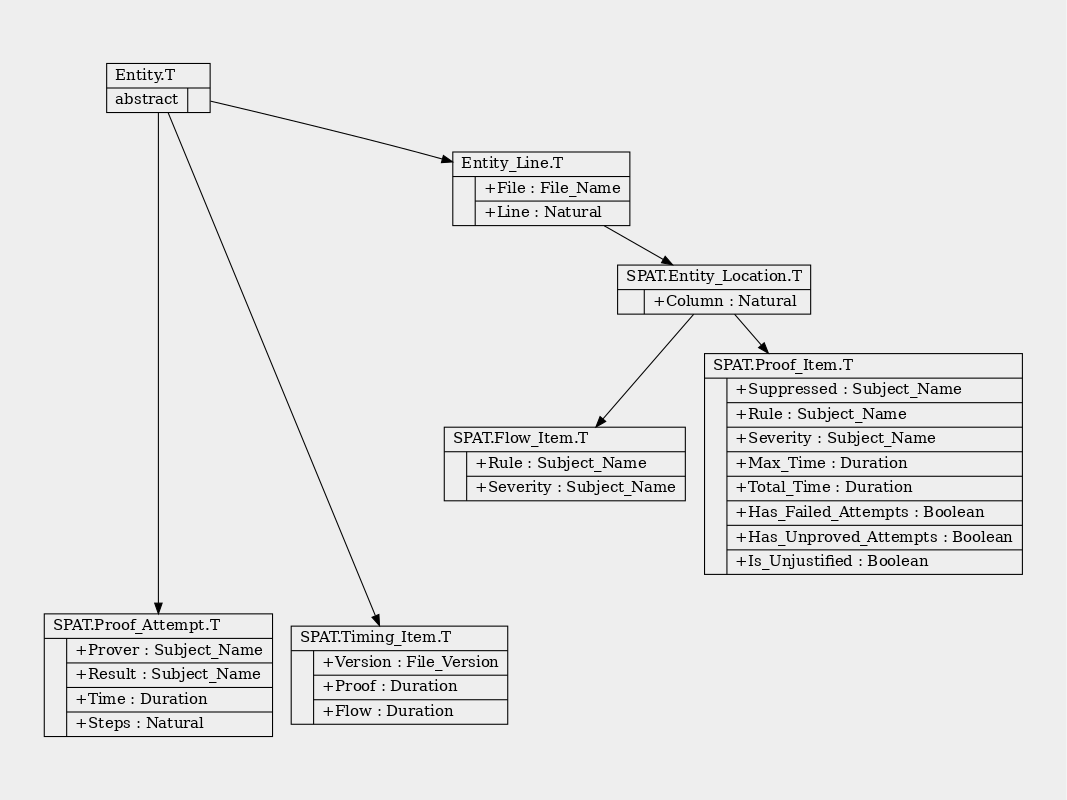
Above: doc/inheritance-tree.png in HeisenbugLtd/spat (Graphviz), before the change. Its source is kept beside it as doc/inheritance-tree.dot.
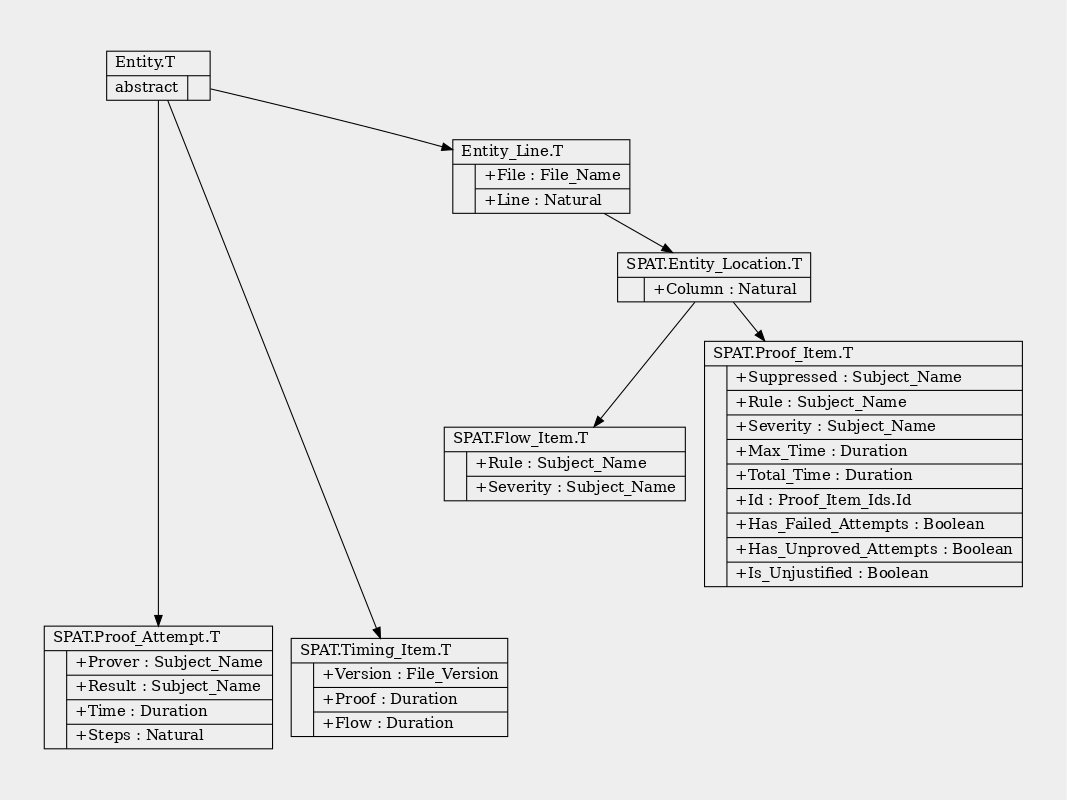
After the change.

Commit message:
* Gave proof items their own unique id to stabilize sorting.

The edit, as a diff of the source:
```diff
@@ -10,7 +10,7 @@
   "SPAT.Entity_Line.T"     [label="{Entity_Line.T\l|{|{+File : File_Name\l|+Line : Natural\l}}}"];
   "SPAT.Entity_Location.T" [label="{SPAT.Entity_Location.T\l|{|{+Column : Natural\l}}}"];
   "SPAT.Flow_Item.T"       [label="{SPAT.Flow_Item.T\l|{|{+Rule : Subject_Name\l|+Severity : Subject_Name\l}}}"];
-  "SPAT.Proof_Item.T"      [label="{SPAT.Proof_Item.T\l|{|{+Suppressed : Subject_Name\l|+Rule : Subject_Name\l|+Severity : Subject_Name\l|+Max_Time : Duration\l|+Total_Time : Duration\l|+Has_Failed_Attempts : Boolean\l|+Has_Unproved_Attempts : Boolean\l|+Is_Unjustified : Boolean\l}}}"];
+  "SPAT.Proof_Item.T"      [label="{SPAT.Proof_Item.T\l|{|{+Suppressed : Subject_Name\l|+Rule : Subject_Name\l|+Severity : Subject_Name\l|+Max_Time : Duration\l|+Total_Time : Duration\l|+Id : Proof_Item_Ids.Id\l|+Has_Failed_Attempts : Boolean\l|+Has_Unproved_Attempts : Boolean\l|+Is_Unjustified : Boolean\l}}}"];
   "SPAT.Proof_Attempt.T"   [label="{SPAT.Proof_Attempt.T\l|{|{+Prover : Subject_Name\l|+Result : Subject_Name\l|+Time : Duration\l|+Steps : Natural\l}}}"];
   "SPAT.Timing_Item.T"     [label="{SPAT.Timing_Item.T\l|{|{+Version : File_Version\l|+Proof : Duration\l|+Flow : Duration\l}}}"];
 
```
